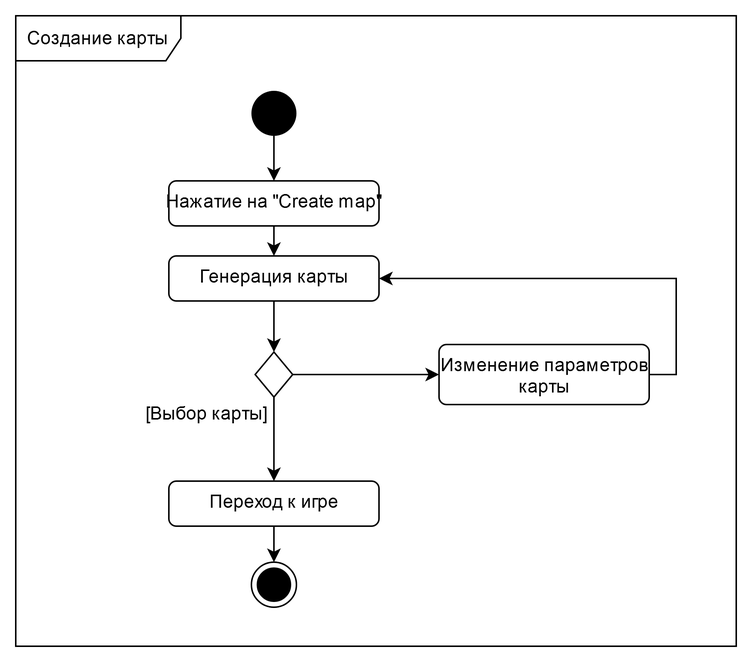
TodorGrin/Moles keeps this draw.io diagram as documentation/UML/Activity/3.png. Above is the earlier version. Source tidied: cells renumbered, new cells last; positions are measured from the earlier drawing's top-left corner, leaving out a move shared by most shapes.
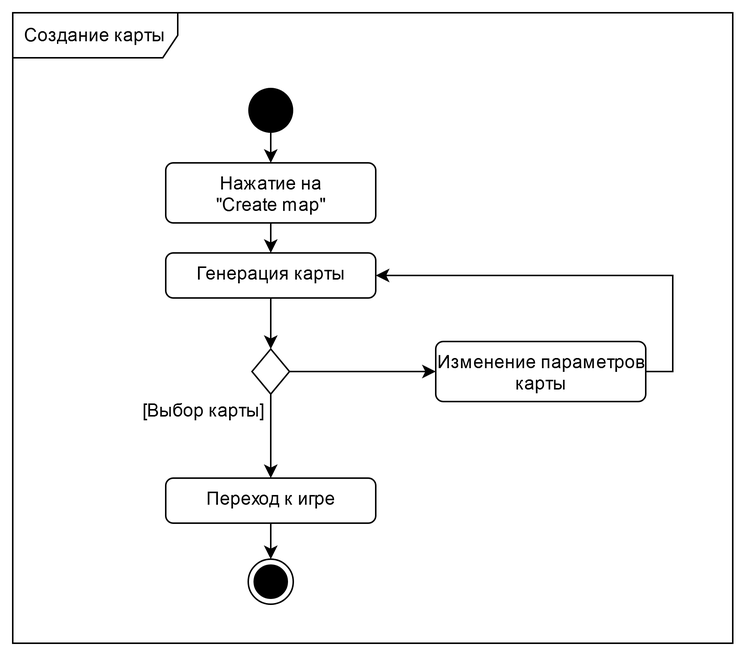
The same file after the commit.

What changed in the source:
```diff
@@ -14,8 +14,8 @@
     <mxCell id="5" style="edgeStyle=none;rounded=0;jettySize=auto;html=1;fontSize=12;" parent="1" edge="1" source="6" target="8">
       <mxGeometry relative="1" as="geometry" />
     </mxCell>
-    <mxCell id="6" value="Нажатие на &quot;Create map&quot; " style="html=1;align=center;verticalAlign=top;rounded=1;absoluteArcSize=1;arcSize=10;dashed=0;fontSize=12;" parent="1" vertex="1">
-      <mxGeometry x="102" y="110" width="140" height="30" as="geometry" />
+    <mxCell id="6" value="&lt;div&gt;Нажатие на &lt;br&gt;&lt;/div&gt;&lt;div&gt;&quot;Create map&quot;&lt;/div&gt;" style="html=1;align=center;verticalAlign=top;rounded=1;absoluteArcSize=1;arcSize=10;dashed=0;fontSize=12;" parent="1" vertex="1">
+      <mxGeometry x="102" y="100" width="140" height="40" as="geometry" />
     </mxCell>
     <mxCell id="7" style="edgeStyle=none;rounded=0;jettySize=auto;html=1;fontSize=12;" parent="1" edge="1" source="8" target="14">
       <mxGeometry relative="1" as="geometry" />
```
